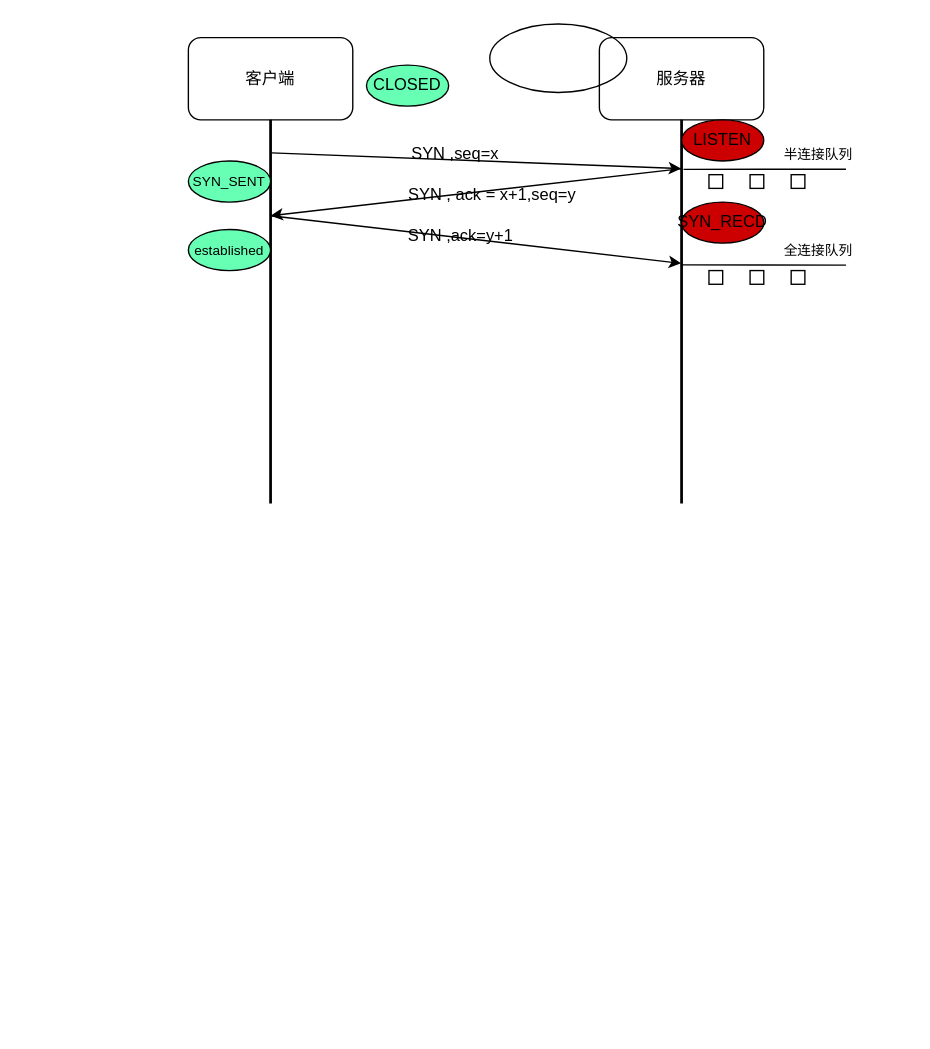
Earlier version of the draw.io diagram 网络编程/TCP/TCP.drawio (hantwofish/my_leetcode). Source tidied: cells renumbered, new cells numbered last; positions are measured from the earlier drawing's top-left corner, leaving out a move shared by most shapes. Both pictures are drawn from the tidied source at 137%, with x=0, y=0 at pixel (188, 23).
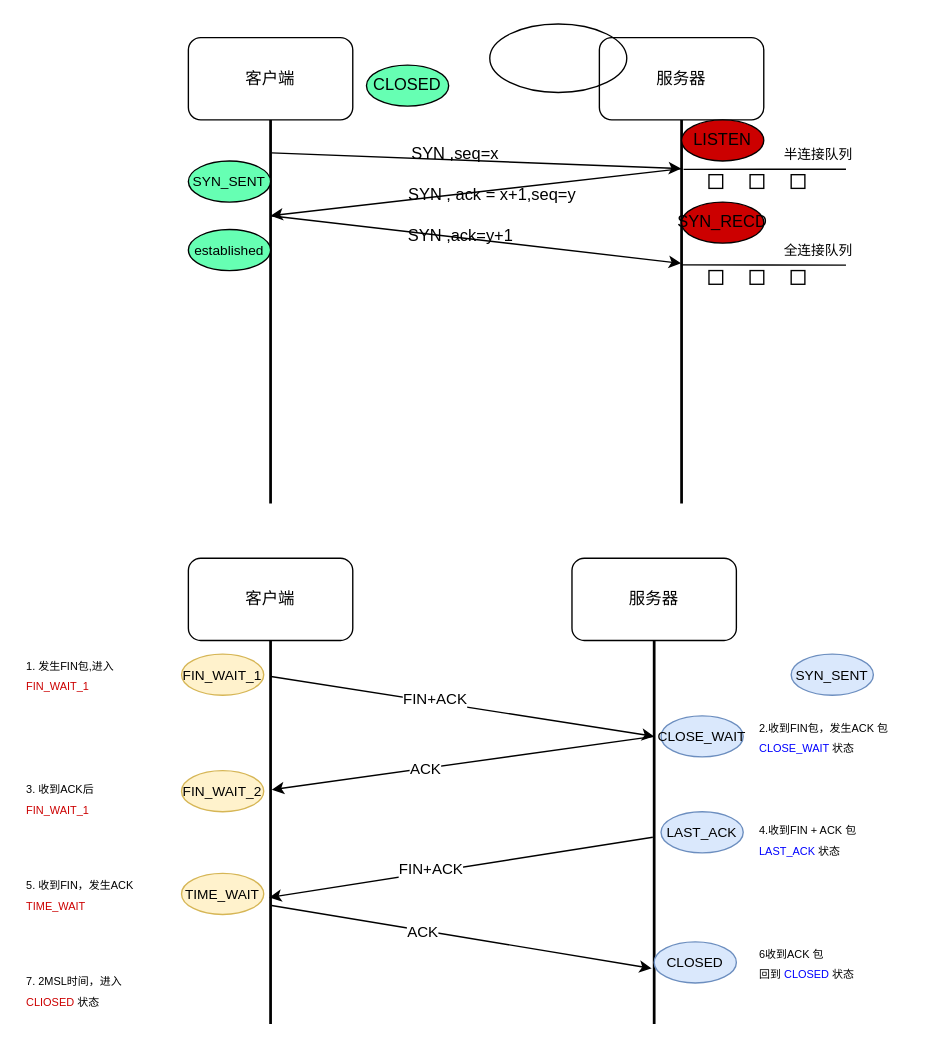
The same diagram, later.

The edit, as a diff of the source:
```diff
@@
+    <mxCell id="28" style="group;" parent="1" vertex="1">
+      <mxGeometry x="280" y="390" width="125" height="340" as="geometry" />
+    </mxCell>
+    <mxCell id="29" value="服务器" style="rounded=1;whiteSpace=wrap;html=1;" parent="28" vertex="1">
+      <mxGeometry width="120" height="60" as="geometry" />
+    </mxCell>
+    <mxCell id="30" style="line;strokeWidth=2;direction=south;html=1;" parent="28" vertex="1">
+      <mxGeometry x="55" y="60" width="10" height="280" as="geometry" />
+    </mxCell>
+    <mxCell id="31" value="&lt;font style=&quot;font-size: 10px;&quot;&gt;CLOSE_WAIT&lt;/font&gt;" style="ellipse;whiteSpace=wrap;html=1;fillStyle=auto;fillColor=#dae8fc;strokeColor=#6c8ebf;" parent="28" vertex="1">
+      <mxGeometry x="65" y="115" width="60" height="30" as="geometry" />
+    </mxCell>
+    <mxCell id="32" value="&lt;font style=&quot;font-size: 10px;&quot;&gt;LAST_ACK&lt;/font&gt;" style="ellipse;whiteSpace=wrap;html=1;fillStyle=auto;fillColor=#dae8fc;strokeColor=#6c8ebf;" parent="28" vertex="1">
+      <mxGeometry x="65" y="185" width="60" height="30" as="geometry" />
+    </mxCell>
+    <mxCell id="33" value="&lt;font style=&quot;font-size: 10px;&quot;&gt;CLOSED&lt;/font&gt;" style="ellipse;whiteSpace=wrap;html=1;fillStyle=auto;fillColor=#dae8fc;strokeColor=#6c8ebf;" parent="28" vertex="1">
+      <mxGeometry x="60" y="280" width="60" height="30" as="geometry" />
+    </mxCell>
+    <mxCell id="34" style="group;" parent="1" vertex="1">
+      <mxGeometry y="390" width="120" height="340" as="geometry" />
+    </mxCell>
+    <mxCell id="35" value="客户端" style="rounded=1;whiteSpace=wrap;html=1;" parent="34" vertex="1">
+      <mxGeometry width="120" height="60" as="geometry" />
+    </mxCell>
+    <mxCell id="36" style="line;strokeWidth=2;direction=south;html=1;" parent="34" vertex="1">
+      <mxGeometry x="55" y="60" width="10" height="280" as="geometry" />
+    </mxCell>
+    <mxCell id="37" value="&lt;font style=&quot;font-size: 10px;&quot;&gt;TIME_WAIT&lt;/font&gt;" style="ellipse;whiteSpace=wrap;html=1;fillStyle=auto;fillColor=#fff2cc;strokeColor=#d6b656;" parent="34" vertex="1">
+      <mxGeometry x="-5" y="230" width="60" height="30" as="geometry" />
+    </mxCell>
+    <mxCell id="38" value="&lt;span style=&quot;font-size: 10px;&quot;&gt;FIN_WAIT_2&lt;/span&gt;" style="ellipse;whiteSpace=wrap;html=1;fillStyle=auto;fillColor=#fff2cc;strokeColor=#d6b656;" parent="34" vertex="1">
+      <mxGeometry x="-5" y="155" width="60" height="30" as="geometry" />
+    </mxCell>
+    <mxCell id="39" value="&lt;font style=&quot;font-size: 10px;&quot;&gt;FIN_WAIT_1&lt;/font&gt;" style="ellipse;whiteSpace=wrap;html=1;fillStyle=auto;fillColor=#fff2cc;strokeColor=#d6b656;" parent="34" vertex="1">
+      <mxGeometry x="-5" y="70" width="60" height="30" as="geometry" />
+    </mxCell>
+    <mxCell id="40" style="endArrow=classic;html=1;exitX=0.094;exitY=0.472;exitDx=0;exitDy=0;exitPerimeter=0;entryX=0.25;entryY=0.5;entryDx=0;entryDy=0;entryPerimeter=0;" parent="1" edge="1" source="36" target="30">
+      <mxGeometry relative="1" as="geometry" />
+    </mxCell>
+    <mxCell id="41" value="FIN+ACK" style="edgeLabel;html=1;align=center;verticalAlign=middle;" parent="40" vertex="1">
+      <mxGeometry x="-0.15" y="2" relative="1" as="geometry" />
+    </mxCell>
+    <mxCell id="42" style="edgeStyle=none;html=1;exitX=0.25;exitY=0.5;exitDx=0;exitDy=0;exitPerimeter=0;entryX=0.389;entryY=0.414;entryDx=0;entryDy=0;entryPerimeter=0;" parent="1" edge="1" source="30" target="36">
+      <mxGeometry relative="1" as="geometry" />
+    </mxCell>
+    <mxCell id="43" value="ACK" style="edgeLabel;html=1;align=center;verticalAlign=middle;" parent="42" vertex="1">
+      <mxGeometry x="0.2" relative="1" as="geometry" />
+    </mxCell>
+    <mxCell id="44" style="endArrow=classic;html=1;entryX=0.67;entryY=0.599;entryDx=0;entryDy=0;entryPerimeter=0;exitX=0.513;exitY=0.599;exitDx=0;exitDy=0;exitPerimeter=0;" parent="1" edge="1" source="30" target="36">
+      <mxGeometry relative="1" as="geometry" />
+    </mxCell>
+    <mxCell id="45" value="FIN+ACK" style="edgeLabel;html=1;align=center;verticalAlign=middle;" parent="44" vertex="1">
+      <mxGeometry x="0.16" y="-3" relative="1" as="geometry" />
+    </mxCell>
+    <mxCell id="46" style="endArrow=classic;html=1;exitX=0.691;exitY=0.432;exitDx=0;exitDy=0;exitPerimeter=0;entryX=0.855;entryY=0.682;entryDx=0;entryDy=0;entryPerimeter=0;" parent="1" edge="1" source="36" target="30">
+      <mxGeometry relative="1" as="geometry" />
+    </mxCell>
+    <mxCell id="47" value="ACK" style="edgeLabel;html=1;align=center;verticalAlign=middle;" parent="46" vertex="1">
+      <mxGeometry x="-0.21" y="-1" relative="1" as="geometry" />
+    </mxCell>
+    <mxCell id="48" value="&lt;font style=&quot;font-size: 10px;&quot;&gt;SYN_SENT&lt;/font&gt;" style="ellipse;whiteSpace=wrap;html=1;fillStyle=auto;fillColor=#dae8fc;strokeColor=#6c8ebf;" parent="1" vertex="1">
+      <mxGeometry x="440" y="460" width="60" height="30" as="geometry" />
+    </mxCell>
+    <mxCell id="49" value="&lt;font style=&quot;font-size: 8px;&quot;&gt;1. 发生FIN包,进入&lt;br&gt;&lt;font color=&quot;#cc0000&quot;&gt;FIN_WAIT_1&lt;/font&gt;&lt;/font&gt;" style="text;html=1;strokeColor=none;fillColor=none;align=left;verticalAlign=middle;whiteSpace=wrap;rounded=0;" parent="1" vertex="1">
+      <mxGeometry x="-120" y="460" width="70" height="30" as="geometry" />
+    </mxCell>
+    <mxCell id="50" value="&lt;font style=&quot;font-size: 8px;&quot;&gt;3. 收到ACK后&lt;br&gt;&lt;font color=&quot;#cc0000&quot;&gt;FIN_WAIT_1&lt;/font&gt;&lt;/font&gt;" style="text;html=1;strokeColor=none;fillColor=none;align=left;verticalAlign=middle;whiteSpace=wrap;rounded=0;" parent="1" vertex="1">
+      <mxGeometry x="-120" y="550" width="60" height="30" as="geometry" />
+    </mxCell>
+    <mxCell id="51" value="&lt;font style=&quot;font-size: 8px;&quot;&gt;5. 收到FIN，发生ACK&lt;br&gt;&lt;font color=&quot;#cc0000&quot;&gt;TIME_WAIT&lt;/font&gt;&lt;br&gt;&lt;/font&gt;" style="text;html=1;strokeColor=none;fillColor=none;align=left;verticalAlign=middle;whiteSpace=wrap;rounded=0;" parent="1" vertex="1">
+      <mxGeometry x="-120" y="620" width="90" height="30" as="geometry" />
+    </mxCell>
+    <mxCell id="52" value="&lt;font style=&quot;font-size: 8px;&quot;&gt;2.收到FIN包，发生ACK 包&lt;br&gt;&lt;font color=&quot;#0000ff&quot;&gt;CLOSE_WAIT &lt;/font&gt;状态&lt;/font&gt;" style="text;html=1;strokeColor=none;fillColor=none;align=left;verticalAlign=middle;whiteSpace=wrap;rounded=0;" parent="1" vertex="1">
+      <mxGeometry x="415" y="505" width="110" height="30" as="geometry" />
+    </mxCell>
+    <mxCell id="53" value="&lt;font style=&quot;font-size: 8px;&quot;&gt;4.收到FIN + ACK 包&lt;br&gt;&lt;font color=&quot;#0000ff&quot;&gt;LAST_ACK &lt;/font&gt;状态&lt;/font&gt;" style="text;html=1;strokeColor=none;fillColor=none;align=left;verticalAlign=middle;whiteSpace=wrap;rounded=0;" parent="1" vertex="1">
+      <mxGeometry x="415" y="580" width="110" height="30" as="geometry" />
+    </mxCell>
+    <mxCell id="54" value="&lt;font style=&quot;font-size: 8px;&quot;&gt;6收到ACK 包&lt;br&gt;回到 &lt;font color=&quot;#0000ff&quot;&gt;CLOSED &lt;/font&gt;状态&lt;/font&gt;" style="text;html=1;strokeColor=none;fillColor=none;align=left;verticalAlign=middle;whiteSpace=wrap;rounded=0;" parent="1" vertex="1">
+      <mxGeometry x="415" y="670" width="110" height="30" as="geometry" />
+    </mxCell>
+    <mxCell id="55" value="&lt;font style=&quot;font-size: 8px;&quot;&gt;7. 2MSL时间，进入&lt;br&gt;&lt;font color=&quot;#cc0000&quot;&gt;CLIOSED &lt;/font&gt;状态&lt;br&gt;&lt;/font&gt;" style="text;html=1;strokeColor=none;fillColor=none;align=left;verticalAlign=middle;whiteSpace=wrap;rounded=0;" parent="1" vertex="1">
+      <mxGeometry x="-120" y="690" width="90" height="30" as="geometry" />
+    </mxCell>
```
